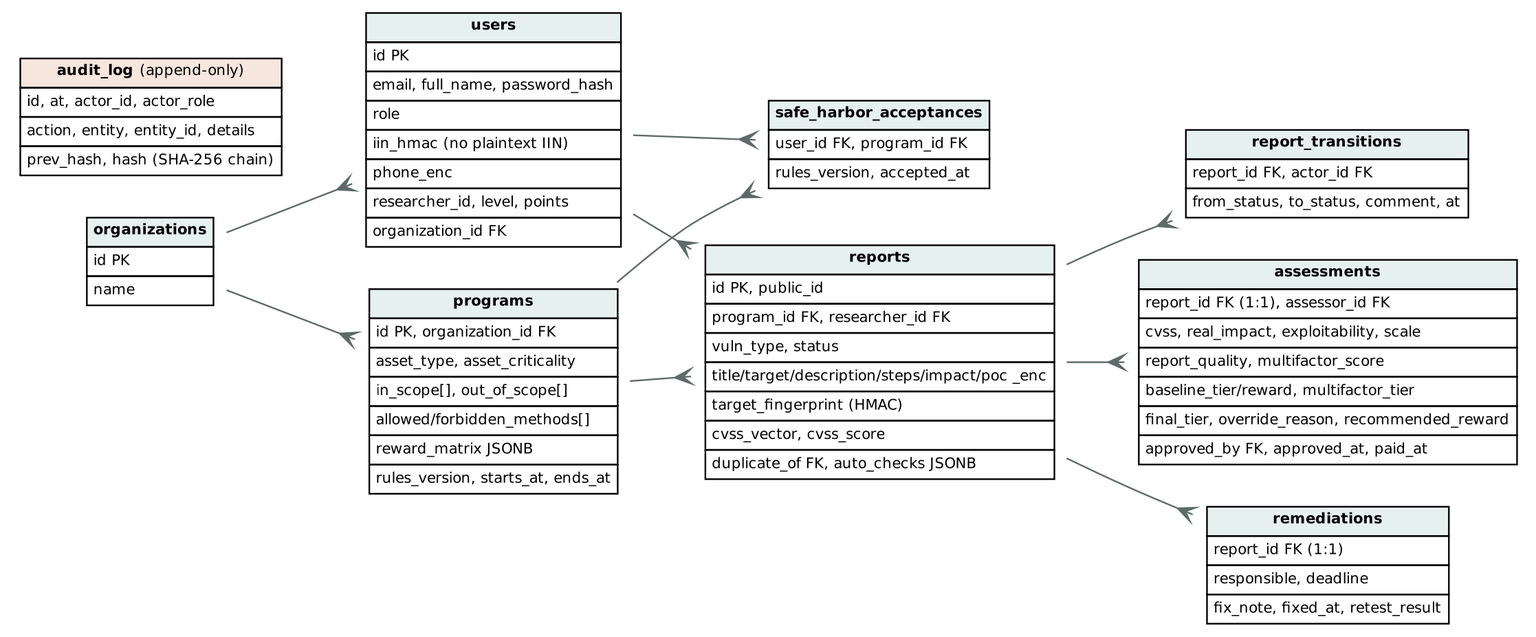
Above: docs/diagrams/erd.png in dzha11/bug-bounty (Graphviz), before the change. Its source is kept beside it as docs/diagrams/erd.dot.
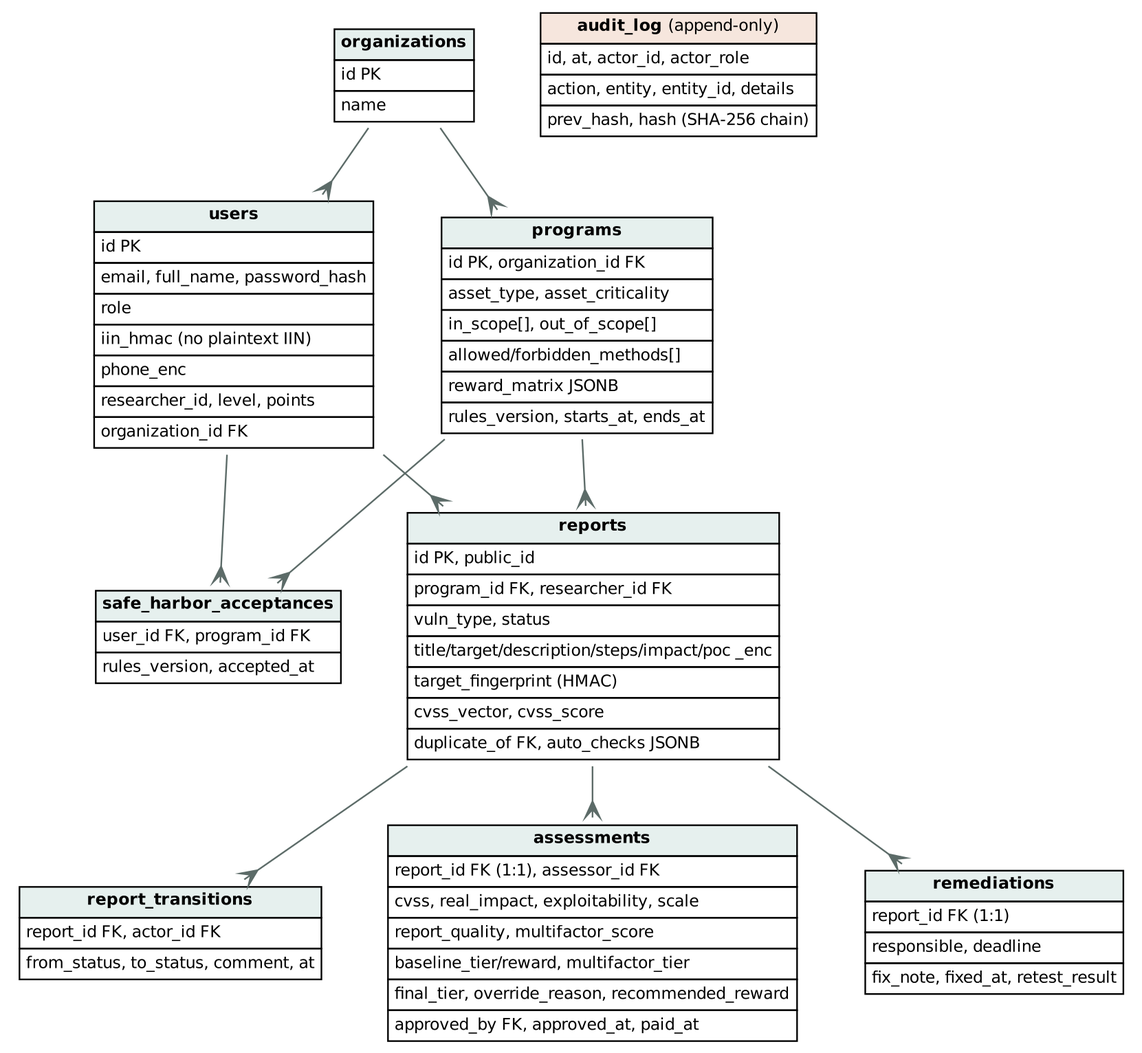
Above is the later version.

Diff of the diagram source:
```diff
@@ -1,5 +1,5 @@
 digraph E {
-  rankdir=LR; fontname="Helvetica"; node [fontname="Helvetica", fontsize=9, shape=plaintext]; edge [color="#5c6b68", arrowhead=crow, arrowtail=none, dir=both];
+  rankdir=TB; nodesep=0.35; ranksep=0.45; fontname="Helvetica"; node [fontname="Helvetica", fontsize=10, shape=plaintext]; edge [color="#5c6b68", arrowhead=crow, arrowtail=none, dir=both];
   organizations [label=<<table border="0" cellborder="1" cellspacing="0" cellpadding="3"><tr><td bgcolor="#e6f0ee"><b>organizations</b></td></tr><tr><td align="left">id PK</td></tr><tr><td align="left">name</td></tr></table>>];
   users [label=<<table border="0" cellborder="1" cellspacing="0" cellpadding="3"><tr><td bgcolor="#e6f0ee"><b>users</b></td></tr><tr><td align="left">id PK</td></tr><tr><td align="left">email, full_name, password_hash</td></tr><tr><td align="left">role</td></tr><tr><td align="left">iin_hmac (no plaintext IIN)</td></tr><tr><td align="left">phone_enc</td></tr><tr><td align="left">researcher_id, level, points</td></tr><tr><td align="left">organization_id FK</td></tr></table>>];
   programs [label=<<table border="0" cellborder="1" cellspacing="0" cellpadding="3"><tr><td bgcolor="#e6f0ee"><b>programs</b></td></tr><tr><td align="left">id PK, organization_id FK</td></tr><tr><td align="left">asset_type, asset_criticality</td></tr><tr><td align="left">in_scope[], out_of_scope[]</td></tr><tr><td align="left">allowed/forbidden_methods[]</td></tr><tr><td align="left">reward_matrix JSONB</td></tr><tr><td align="left">rules_version, starts_at, ends_at</td></tr></table>>];
```
